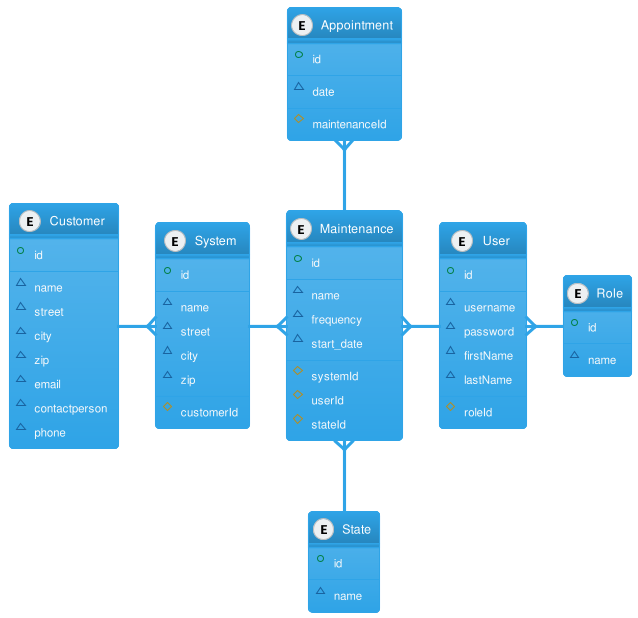
Kluddizz/maintenance-server keeps this PlantUML diagram as docs/database/schema.png. Above is the earlier version.
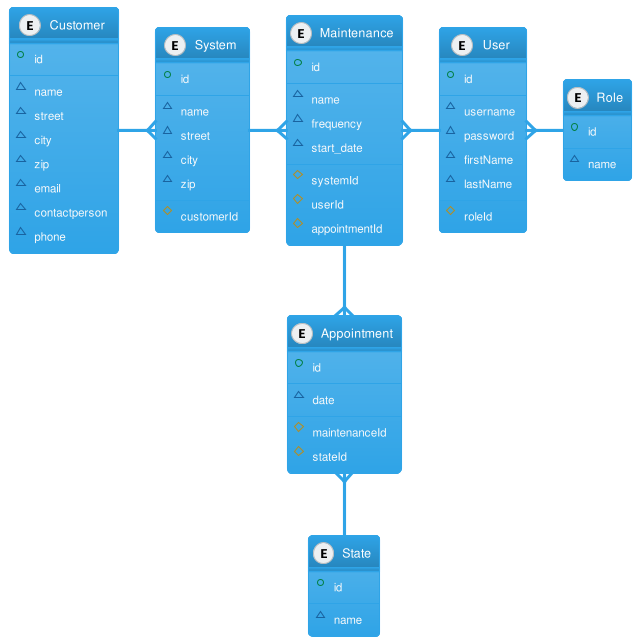
Above is the later version.

What changed in the source:
```diff
@@ -32,7 +32,7 @@
   --
   #systemId
   #userId
-  #stateId
+  #appointmentId
 }
 
 entity Customer {
@@ -65,13 +65,14 @@
   ~date
   --
   #maintenanceId
+  #stateId
 }
 
 Customer -right-{ System
 System -right-{ Maintenance
-Maintenance }-- State
+Appointment }-- State
 User }-right- Role
 User -left-{ Maintenance
-Maintenance -up-{ Appointment
+Maintenance -down-{ Appointment
 
 @enduml
```
